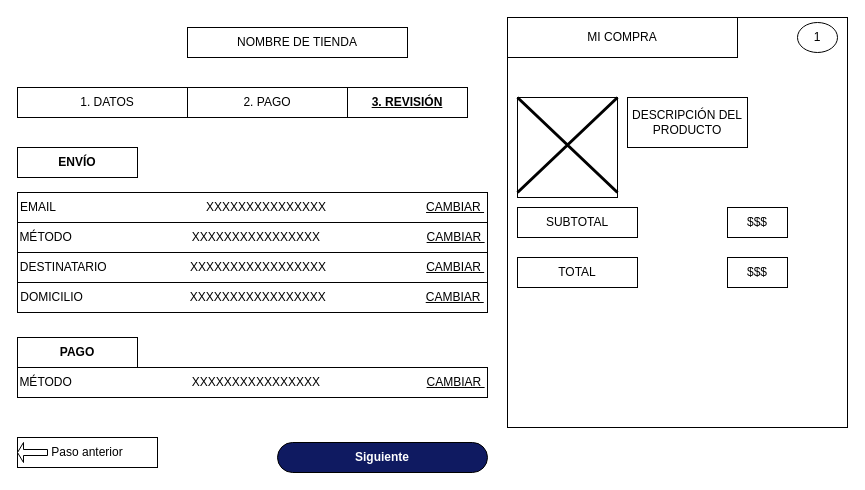
Earlier version of the draw.io diagram wireframes/web/Carrito de compras Revisión Web.drawio (CeciliaLafuente/JopoStore---Tienda-Vintage). Source tidied: cells renumbered, new cells numbered last; positions are measured from the earlier drawing's top-left corner, leaving out a move shared by most shapes. Both pictures are drawn from the tidied source at 100%, with x=0, y=0 at pixel (17, 17).
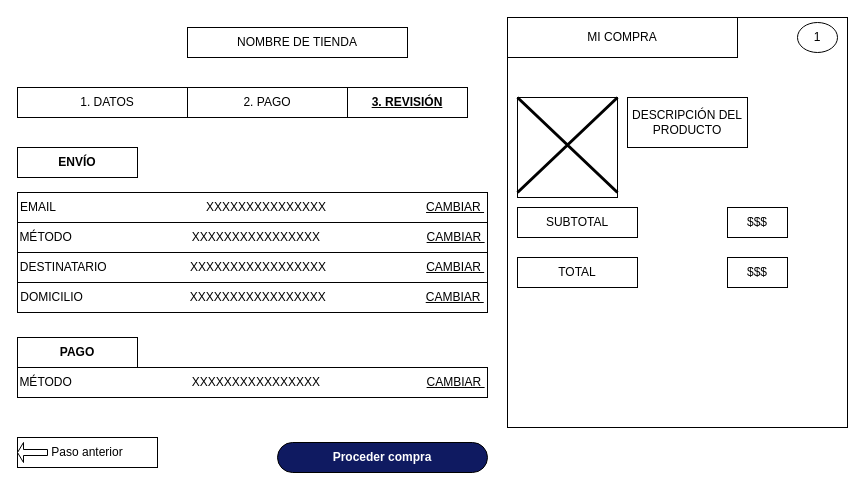
After the change.

Commit message (it also covers changes not shown here):
Se agrega archivos carrito de compras

Change to the diagram source:
```diff
@@
-    <mxCell id="27" value="&lt;font color=&quot;#ffffff&quot;&gt;&lt;b&gt;Siguiente&lt;/b&gt;&lt;/font&gt;" style="rounded=1;whiteSpace=wrap;html=1;arcSize=50;fillColor=#0F1A61;" parent="1" vertex="1">
+    <mxCell id="27" value="&lt;font color=&quot;#ffffff&quot;&gt;&lt;b&gt;Proceder compra&lt;/b&gt;&lt;/font&gt;" style="rounded=1;whiteSpace=wrap;html=1;arcSize=50;fillColor=#0F1A61;" parent="1" vertex="1">
       <mxGeometry x="260" y="425" width="210" height="30" as="geometry" />
     </mxCell>
```
